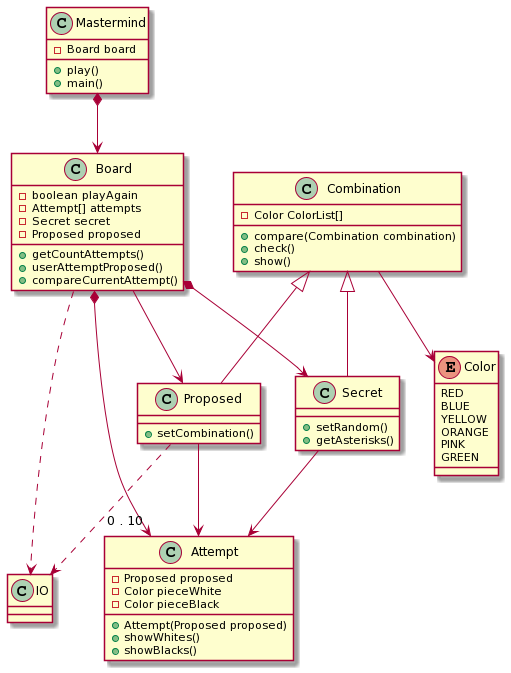
Above: BasicPlayUMLMastermind.png in Master-Desarrollo-20-21/ejercicio-2-vista-publica-clases-mastermind-jumpering (PlantUML), before the change.
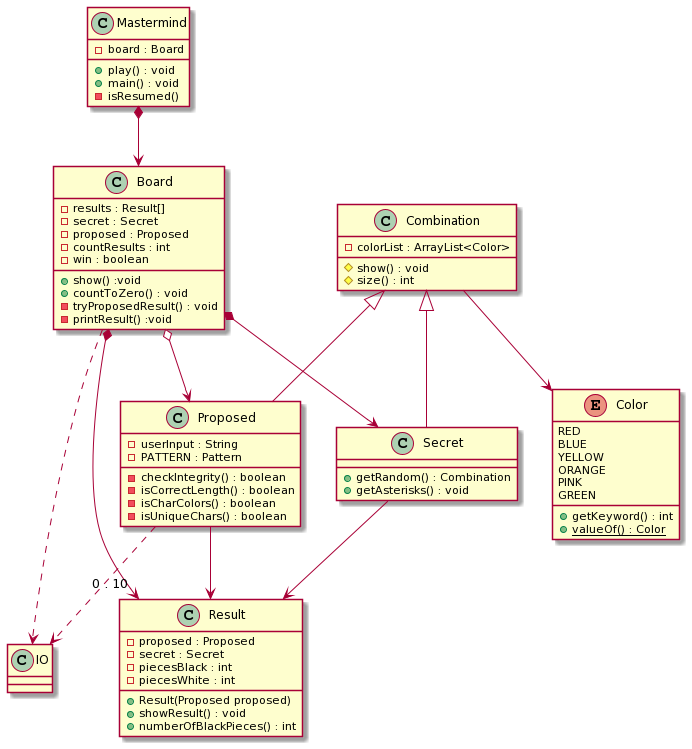
After the change.

Commit message:
Update UML basic play Mastermind

Diff of the diagram source:
```diff
@@ -1,8 +1,9 @@
 @startuml
 class Mastermind {
-- Board board
-+ play()
-+ main()
+- board : Board
++ play() : void
++ main() : void
+- isResumed()
 }
 
 
@@ -12,59 +13,56 @@
 
 
 
-
 class Board{
-- boolean playAgain
-- Attempt[] attempts
-- Secret secret
-- Proposed proposed
-+ getCountAttempts()
-+ userAttemptProposed()
-+ compareCurrentAttempt()
+- results : Result[]
+- secret : Secret
+- proposed : Proposed
+- countResults : int
+- win : boolean
++ show() :void
++ countToZero() : void
+- tryProposedResult() : void
+- printResult() :void
 }
 
 
 
-
 class Secret{
-+ setRandom()
-+ getAsterisks()
++ getRandom() : Combination
++ getAsterisks() : void
 }
 
 
 
-
-
 class Proposed{
-+setCombination()
+- userInput : String
+- PATTERN : Pattern
+- checkIntegrity() : boolean
+- isCorrectLength() : boolean
+- isCharColors() : boolean
+- isUniqueChars() : boolean
 }
 
 
 
 class Combination{
-- Color ColorList[]
-+ compare(Combination combination)
-+ check()
-+ show()
+- colorList : ArrayList<Color>
+# show() : void
+# size() : int
 }
 
 
 
-
-
-class Attempt
+class Result
 {
-- Proposed proposed
-- Color pieceWhite
-- Color pieceBlack
-+ Attempt(Proposed proposed)
-+ showWhites()
-+ showBlacks()
+- proposed : Proposed
+- secret : Secret
+- piecesBlack : int
+- piecesWhite : int
++ Result(Proposed proposed)
++ showResult() : void
++ numberOfBlackPieces() : int
 }
-
-
-
-
 
 
 
@@ -75,25 +73,20 @@
 ORANGE
 PINK
 GREEN
++ getKeyword() : int
++ {static} valueOf() : Color
 }
 
 
-
-
 Mastermind *-down-> Board
-
-Board *-down-> "0 . 10" Attempt
+Board *-down-> "0 . 10" Result
 Board *-down-> Secret
 Board ..> IO
-Board --> Proposed
-
+Board o--> Proposed
 Secret -up-^ Combination
-Secret -down-> Attempt
-
+Secret -down-> Result
 Proposed -up-^ Combination
 Proposed ..> IO
-Proposed --> Attempt
-
-
+Proposed --> Result
 Combination -down-> Color
 @enduml
```
